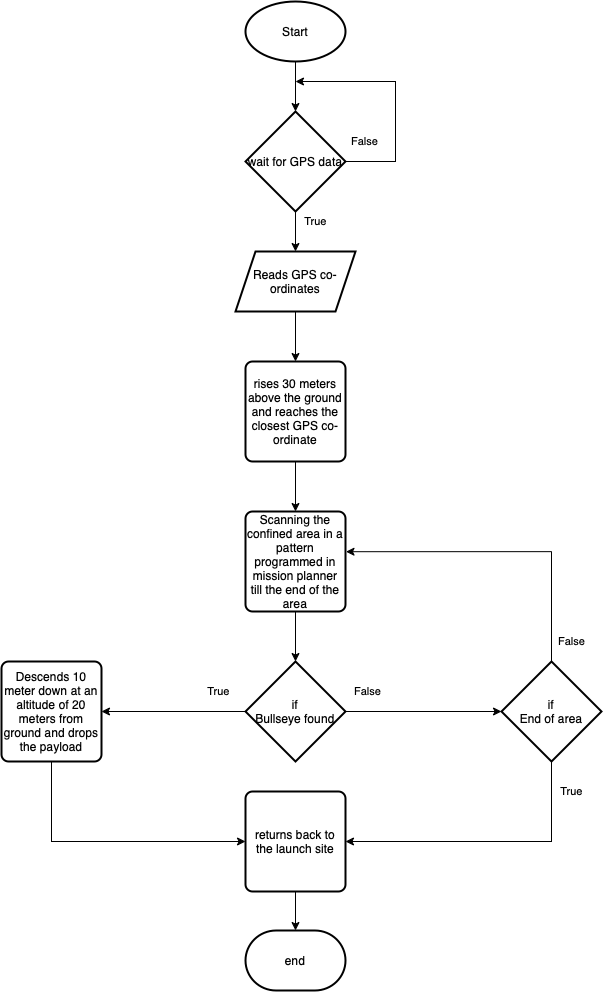
The draw.io diagram SAE-aerothon methodology.drawio.png in 1337encrypted/Draw.io-files, before a commit. Source tidied: cells renumbered, new cells last; positions are measured from the earlier drawing's top-left corner, leaving out a move shared by most shapes. Its diagram source:
```xml
<mxGraphModel>
  <root>
    <mxCell id="0" />
    <mxCell id="1" parent="0" />
    <mxCell id="2" value="True" style="edgeStyle=orthogonalEdgeStyle;rounded=0;jettySize=auto;html=1;startArrow=none;" parent="1" edge="1" source="15" target="4">
      <mxGeometry x="-0.5" y="20" relative="1" as="geometry" />
    </mxCell>
    <mxCell id="3" style="edgeStyle=orthogonalEdgeStyle;rounded=0;jettySize=auto;html=1;entryX=0.5;entryY=0;entryDx=0;entryDy=0;" parent="1" edge="1" source="4" target="10">
      <mxGeometry relative="1" as="geometry" />
    </mxCell>
    <mxCell id="4" value="Reads GPS co-ordinates" style="shape=parallelogram;perimeter=parallelogramPerimeter;whiteSpace=wrap;html=1;fixedSize=1;strokeWidth=2;" parent="1" vertex="1">
      <mxGeometry x="234" y="250" width="120" height="60" as="geometry" />
    </mxCell>
    <mxCell id="5" style="edgeStyle=orthogonalEdgeStyle;rounded=0;jettySize=auto;html=1;" parent="1" edge="1" source="6" target="15">
      <mxGeometry relative="1" as="geometry" />
    </mxCell>
    <mxCell id="6" value="Start" style="strokeWidth=2;html=1;shape=mxgraph.flowchart.start_1;whiteSpace=wrap;" parent="1" vertex="1">
      <mxGeometry x="244" width="100" height="60" as="geometry" />
    </mxCell>
    <mxCell id="7" style="edgeStyle=orthogonalEdgeStyle;rounded=0;jettySize=auto;html=1;" parent="1" edge="1" source="8" target="13">
      <mxGeometry relative="1" as="geometry" />
    </mxCell>
    <mxCell id="8" value="returns back to the launch site" style="rounded=1;whiteSpace=wrap;html=1;absoluteArcSize=1;arcSize=14;strokeWidth=2;" parent="1" vertex="1">
      <mxGeometry x="244" y="790" width="100" height="100" as="geometry" />
    </mxCell>
    <mxCell id="9" style="edgeStyle=orthogonalEdgeStyle;rounded=0;jettySize=auto;html=1;entryX=0.5;entryY=0;entryDx=0;entryDy=0;" parent="1" edge="1" source="10" target="12">
      <mxGeometry relative="1" as="geometry" />
    </mxCell>
    <mxCell id="10" value="rises 30 meters above the ground and reaches the closest GPS co-ordinate" style="rounded=1;whiteSpace=wrap;html=1;absoluteArcSize=1;arcSize=14;strokeWidth=2;" parent="1" vertex="1">
      <mxGeometry x="244" y="360" width="100" height="100" as="geometry" />
    </mxCell>
    <mxCell id="11" style="edgeStyle=orthogonalEdgeStyle;rounded=0;jettySize=auto;html=1;entryX=0.5;entryY=0;entryDx=0;entryDy=0;entryPerimeter=0;" parent="1" edge="1" source="12" target="20">
      <mxGeometry relative="1" as="geometry" />
    </mxCell>
    <mxCell id="12" value="Scanning the confined area in a pattern programmed in mission planner till the end of the area" style="rounded=1;whiteSpace=wrap;html=1;absoluteArcSize=1;arcSize=14;strokeWidth=2;" parent="1" vertex="1">
      <mxGeometry x="244" y="510" width="100" height="100" as="geometry" />
    </mxCell>
    <mxCell id="13" value="end" style="strokeWidth=2;html=1;shape=mxgraph.flowchart.terminator;whiteSpace=wrap;" parent="1" vertex="1">
      <mxGeometry x="244" y="929" width="100" height="60" as="geometry" />
    </mxCell>
    <mxCell id="14" value="False" style="edgeStyle=orthogonalEdgeStyle;rounded=0;jettySize=auto;html=1;exitX=1;exitY=0.5;exitDx=0;exitDy=0;exitPerimeter=0;" parent="1" edge="1" source="15">
      <mxGeometry x="-0.83" y="20" relative="1" as="geometry">
        <mxPoint x="294" y="80" as="targetPoint" />
        <Array as="points">
          <mxPoint x="394" y="160" />
          <mxPoint x="394" y="80" />
        </Array>
      </mxGeometry>
    </mxCell>
    <mxCell id="15" value="wait for GPS data" style="strokeWidth=2;html=1;shape=mxgraph.flowchart.decision;whiteSpace=wrap;" parent="1" vertex="1">
      <mxGeometry x="244" y="110" width="100" height="100" as="geometry" />
    </mxCell>
    <mxCell id="16" style="edgeStyle=orthogonalEdgeStyle;rounded=0;jettySize=auto;html=1;endArrow=none;" parent="1" edge="1" target="15">
      <mxGeometry relative="1" as="geometry">
        <mxPoint x="294" y="230" as="sourcePoint" />
        <Array as="points">
          <mxPoint x="294" y="230" />
          <mxPoint x="294" y="230" />
        </Array>
      </mxGeometry>
    </mxCell>
    <mxCell id="17" value="True" style="edgeStyle=orthogonalEdgeStyle;rounded=0;jettySize=auto;html=1;entryX=1;entryY=0.5;entryDx=0;entryDy=0;" parent="1" edge="1" source="20" target="22">
      <mxGeometry x="-0.63" y="-20" relative="1" as="geometry" />
    </mxCell>
    <mxCell id="18" style="edgeStyle=orthogonalEdgeStyle;rounded=0;jettySize=auto;html=1;entryX=0;entryY=0.5;entryDx=0;entryDy=0;entryPerimeter=0;" parent="1" edge="1" source="20" target="27">
      <mxGeometry relative="1" as="geometry" />
    </mxCell>
    <mxCell id="19" value="False" style="edgeLabel;html=1;align=center;verticalAlign=middle;" parent="18" vertex="1">
      <mxGeometry x="-0.77" y="-2" relative="1" as="geometry">
        <mxPoint x="3" y="-22" as="offset" />
      </mxGeometry>
    </mxCell>
    <mxCell id="20" value="if&lt;br&gt;Bullseye found" style="strokeWidth=2;html=1;shape=mxgraph.flowchart.decision;whiteSpace=wrap;" parent="1" vertex="1">
      <mxGeometry x="244" y="660" width="100" height="100" as="geometry" />
    </mxCell>
    <mxCell id="21" style="edgeStyle=orthogonalEdgeStyle;rounded=0;jettySize=auto;html=1;entryX=0;entryY=0.5;entryDx=0;entryDy=0;" parent="1" edge="1" source="22" target="8">
      <mxGeometry relative="1" as="geometry">
        <Array as="points">
          <mxPoint x="50" y="840" />
        </Array>
      </mxGeometry>
    </mxCell>
    <mxCell id="22" value="Descends 10 meter down at an altitude of 20 meters from ground and drops the payload" style="rounded=1;whiteSpace=wrap;html=1;absoluteArcSize=1;arcSize=14;strokeWidth=2;" parent="1" vertex="1">
      <mxGeometry y="660" width="100" height="100" as="geometry" />
    </mxCell>
    <mxCell id="23" style="edgeStyle=orthogonalEdgeStyle;rounded=0;jettySize=auto;html=1;entryX=1.005;entryY=0.402;entryDx=0;entryDy=0;entryPerimeter=0;" parent="1" edge="1" source="27" target="12">
      <mxGeometry relative="1" as="geometry">
        <Array as="points">
          <mxPoint x="550" y="550" />
        </Array>
      </mxGeometry>
    </mxCell>
    <mxCell id="24" value="False" style="edgeLabel;html=1;align=center;verticalAlign=middle;" parent="23" vertex="1">
      <mxGeometry x="-0.87" y="-1" relative="1" as="geometry">
        <mxPoint x="19" as="offset" />
      </mxGeometry>
    </mxCell>
    <mxCell id="25" style="edgeStyle=orthogonalEdgeStyle;rounded=0;jettySize=auto;html=1;entryX=1;entryY=0.5;entryDx=0;entryDy=0;" parent="1" edge="1" source="27" target="8">
      <mxGeometry relative="1" as="geometry">
        <Array as="points">
          <mxPoint x="550" y="840" />
        </Array>
      </mxGeometry>
    </mxCell>
    <mxCell id="26" value="True" style="edgeLabel;html=1;align=center;verticalAlign=middle;" parent="25" vertex="1">
      <mxGeometry x="-0.82" y="1" relative="1" as="geometry">
        <mxPoint x="19" y="4" as="offset" />
      </mxGeometry>
    </mxCell>
    <mxCell id="27" value="if&lt;br&gt;End of area" style="strokeWidth=2;html=1;shape=mxgraph.flowchart.decision;whiteSpace=wrap;" parent="1" vertex="1">
      <mxGeometry x="500" y="660" width="100" height="100" as="geometry" />
    </mxCell>
  </root>
</mxGraphModel>
```
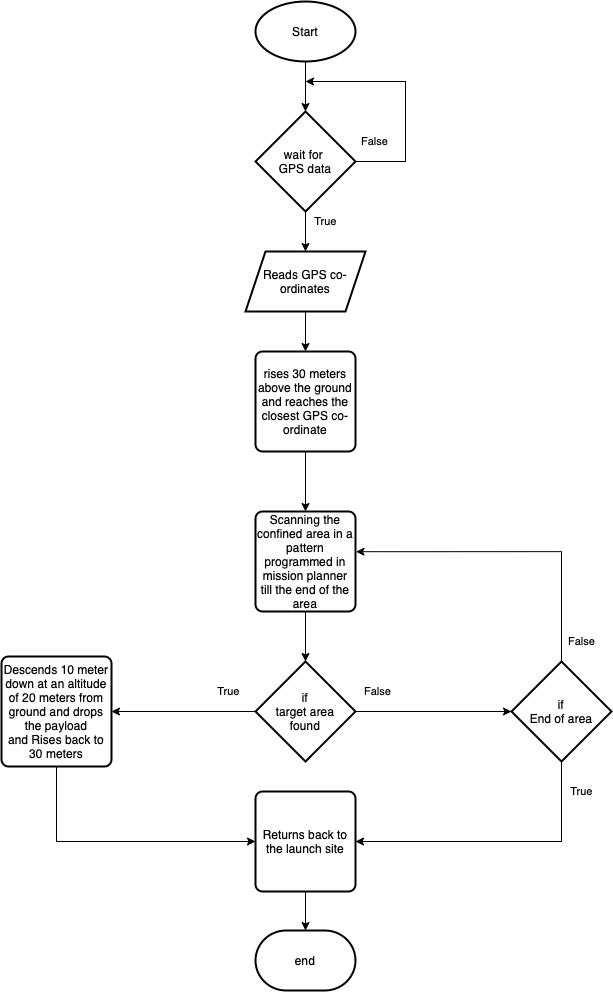
After the change.

Change to the diagram source:
```diff
@@ -20,14 +20,14 @@
     <mxCell id="7" style="edgeStyle=orthogonalEdgeStyle;rounded=0;jettySize=auto;html=1;" parent="1" edge="1" source="8" target="13">
       <mxGeometry relative="1" as="geometry" />
     </mxCell>
-    <mxCell id="8" value="returns back to the launch site" style="rounded=1;whiteSpace=wrap;html=1;absoluteArcSize=1;arcSize=14;strokeWidth=2;" parent="1" vertex="1">
+    <mxCell id="8" value="Returns back to the launch site" style="rounded=1;whiteSpace=wrap;html=1;absoluteArcSize=1;arcSize=14;strokeWidth=2;" parent="1" vertex="1">
       <mxGeometry x="244" y="790" width="100" height="100" as="geometry" />
     </mxCell>
     <mxCell id="9" style="edgeStyle=orthogonalEdgeStyle;rounded=0;jettySize=auto;html=1;entryX=0.5;entryY=0;entryDx=0;entryDy=0;" parent="1" edge="1" source="10" target="12">
       <mxGeometry relative="1" as="geometry" />
     </mxCell>
     <mxCell id="10" value="rises 30 meters above the ground and reaches the closest GPS co-ordinate" style="rounded=1;whiteSpace=wrap;html=1;absoluteArcSize=1;arcSize=14;strokeWidth=2;" parent="1" vertex="1">
-      <mxGeometry x="244" y="360" width="100" height="100" as="geometry" />
+      <mxGeometry x="244" y="350" width="100" height="100" as="geometry" />
     </mxCell>
     <mxCell id="11" style="edgeStyle=orthogonalEdgeStyle;rounded=0;jettySize=auto;html=1;entryX=0.5;entryY=0;entryDx=0;entryDy=0;entryPerimeter=0;" parent="1" edge="1" source="12" target="20">
       <mxGeometry relative="1" as="geometry" />
@@ -47,7 +47,7 @@
         </Array>
       </mxGeometry>
     </mxCell>
-    <mxCell id="15" value="wait for GPS data" style="strokeWidth=2;html=1;shape=mxgraph.flowchart.decision;whiteSpace=wrap;" parent="1" vertex="1">
+    <mxCell id="15" value="wait for &lt;br&gt;GPS data" style="strokeWidth=2;html=1;shape=mxgraph.flowchart.decision;whiteSpace=wrap;" parent="1" vertex="1">
       <mxGeometry x="244" y="110" width="100" height="100" as="geometry" />
     </mxCell>
     <mxCell id="16" style="edgeStyle=orthogonalEdgeStyle;rounded=0;jettySize=auto;html=1;endArrow=none;" parent="1" edge="1" target="15">
@@ -70,18 +70,18 @@
         <mxPoint x="3" y="-22" as="offset" />
       </mxGeometry>
     </mxCell>
-    <mxCell id="20" value="if&lt;br&gt;Bullseye found" style="strokeWidth=2;html=1;shape=mxgraph.flowchart.decision;whiteSpace=wrap;" parent="1" vertex="1">
+    <mxCell id="20" value="if&lt;br&gt;target area&lt;br&gt;found" style="strokeWidth=2;html=1;shape=mxgraph.flowchart.decision;whiteSpace=wrap;" parent="1" vertex="1">
       <mxGeometry x="244" y="660" width="100" height="100" as="geometry" />
     </mxCell>
     <mxCell id="21" style="edgeStyle=orthogonalEdgeStyle;rounded=0;jettySize=auto;html=1;entryX=0;entryY=0.5;entryDx=0;entryDy=0;" parent="1" edge="1" source="22" target="8">
       <mxGeometry relative="1" as="geometry">
         <Array as="points">
-          <mxPoint x="50" y="840" />
+          <mxPoint x="45" y="840" />
         </Array>
       </mxGeometry>
     </mxCell>
-    <mxCell id="22" value="Descends 10 meter down at an altitude of 20 meters from ground and drops the payload" style="rounded=1;whiteSpace=wrap;html=1;absoluteArcSize=1;arcSize=14;strokeWidth=2;" parent="1" vertex="1">
-      <mxGeometry y="660" width="100" height="100" as="geometry" />
+    <mxCell id="22" value="Descends 10 meter down at an altitude of 20 meters from ground and drops the payload and&amp;nbsp;Rises back to 30 meters" style="rounded=1;whiteSpace=wrap;html=1;absoluteArcSize=1;arcSize=14;strokeWidth=2;" parent="1" vertex="1">
+      <mxGeometry x="-10" y="655" width="110" height="110" as="geometry" />
     </mxCell>
     <mxCell id="23" style="edgeStyle=orthogonalEdgeStyle;rounded=0;jettySize=auto;html=1;entryX=1.005;entryY=0.402;entryDx=0;entryDy=0;entryPerimeter=0;" parent="1" edge="1" source="27" target="12">
       <mxGeometry relative="1" as="geometry">
```
